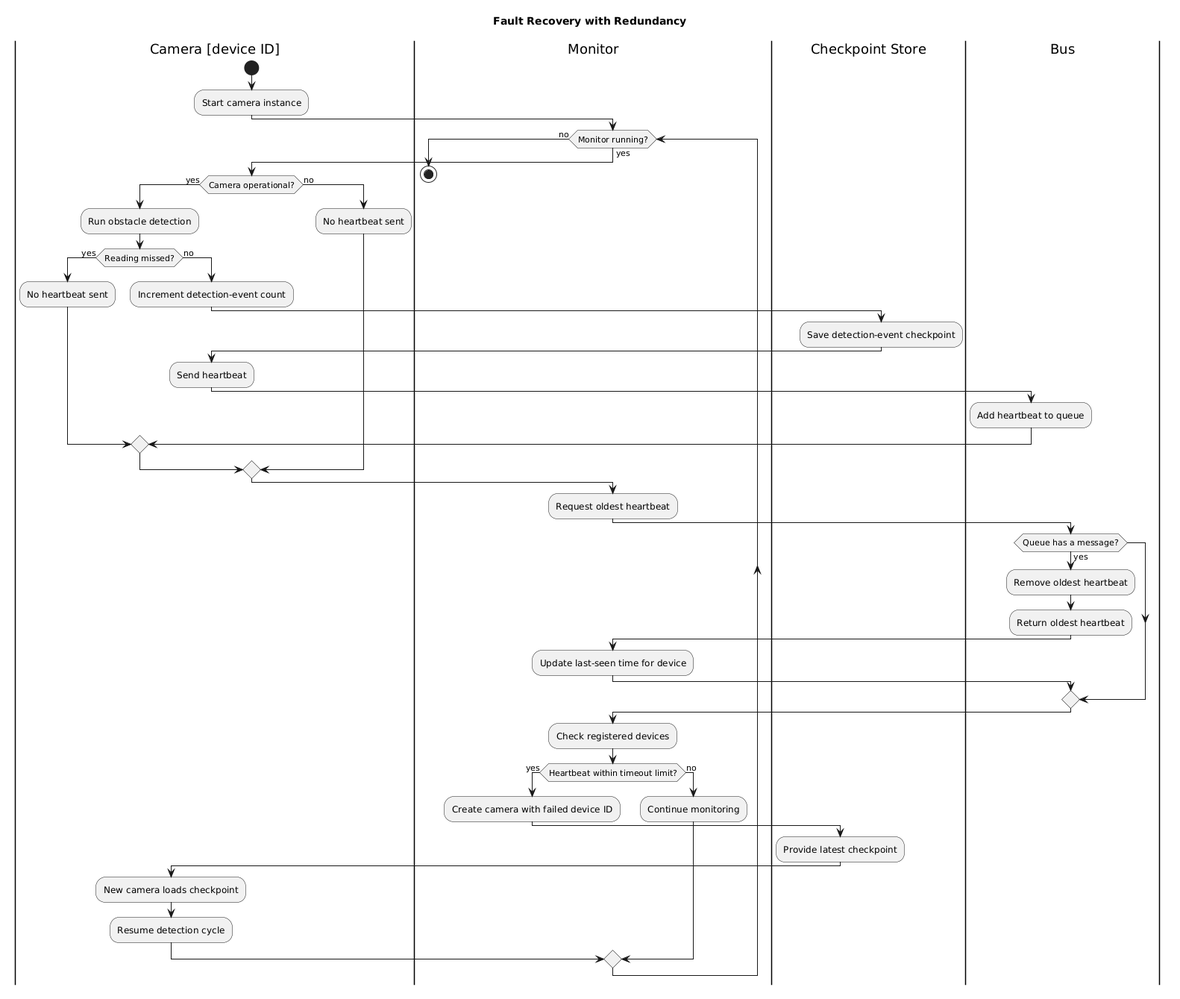
Above: docs/FaultRecoveryRedundancy_ActivitySwimlane.png in ActuallyTaylor/Heartbeat-Implementation (PlantUML), before the change. Source of this version:
```plantuml
@startuml
title Fault Recovery with Redundancy

|Camera [device ID]|
start
:Start camera instance;

|Monitor|
while (Monitor running?) is (yes)
|Camera [device ID]|
  if (Camera operational?) then (yes)
    :Run obstacle detection;

    if (Reading missed?) then (yes)
      :No heartbeat sent;
    else (no)
      :Increment detection-event count;

      |Checkpoint Store|
      :Save detection-event checkpoint;

      |Camera [device ID]|
      :Send heartbeat;

      |Bus|
      :Add heartbeat to queue;
    endif
  else (no)
    |Camera [device ID]|
    :No heartbeat sent;
  endif

  |Monitor|
  :Request oldest heartbeat;

  |Bus|
  if (Queue has a message?) then (yes)
    :Remove oldest heartbeat;
    :Return oldest heartbeat;

    |Monitor|
    :Update last-seen time for device;
  endif

  :Check registered devices;
  if (Heartbeat within timeout limit?) then (yes)
    :Create camera with failed device ID;

    |Checkpoint Store|
    :Provide latest checkpoint;

    |Camera [device ID]|
    :New camera loads checkpoint;
    :Resume detection cycle;
  else (no)
    |Monitor|
    :Continue monitoring;
  endif
endwhile (no)

stop
@enduml
```
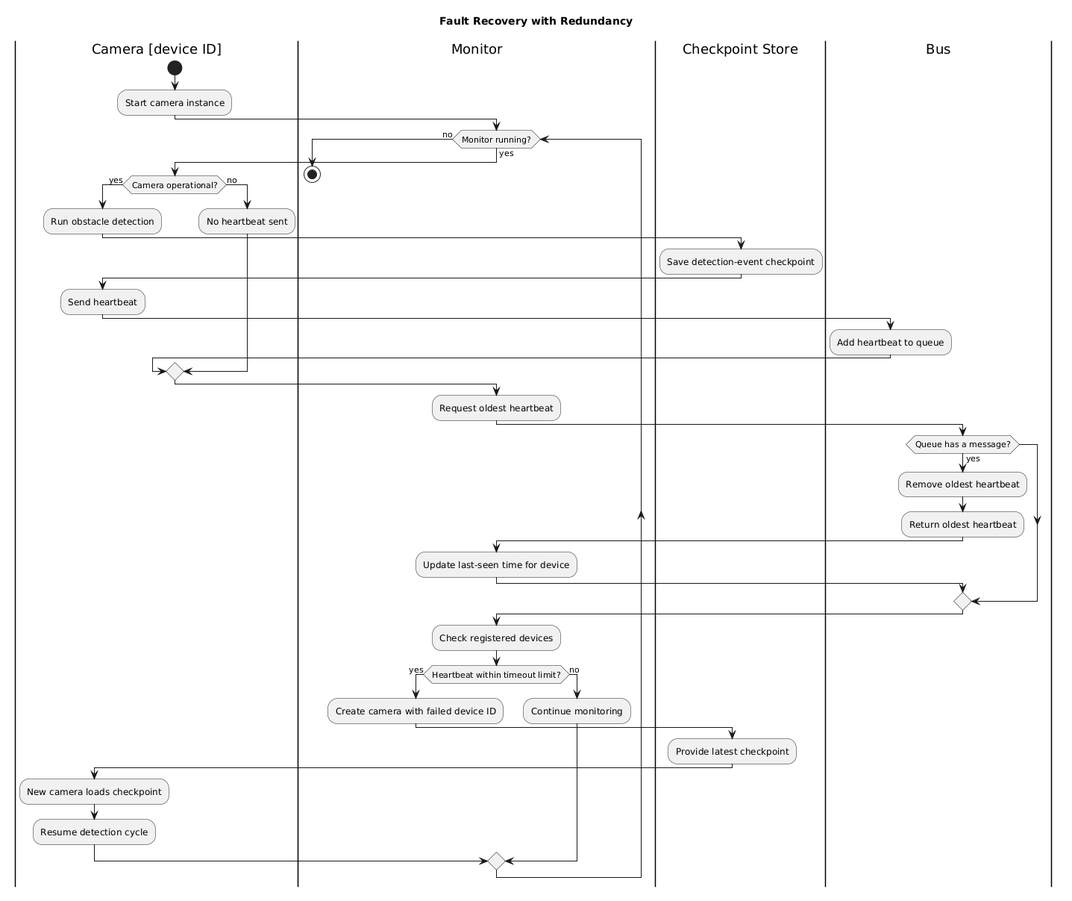
The same diagram one commit later.

Commit message:
added narrative for activity diagram

What changed in the source:
```diff
@@ -11,20 +11,14 @@
   if (Camera operational?) then (yes)
     :Run obstacle detection;
 
-    if (Reading missed?) then (yes)
-      :No heartbeat sent;
-    else (no)
-      :Increment detection-event count;
+    |Checkpoint Store|
+    :Save detection-event checkpoint;
 
-      |Checkpoint Store|
-      :Save detection-event checkpoint;
+    |Camera [device ID]|
+    :Send heartbeat;
 
-      |Camera [device ID]|
-      :Send heartbeat;
-
-      |Bus|
-      :Add heartbeat to queue;
-    endif
+    |Bus|
+    :Add heartbeat to queue;
   else (no)
     |Camera [device ID]|
     :No heartbeat sent;
```
